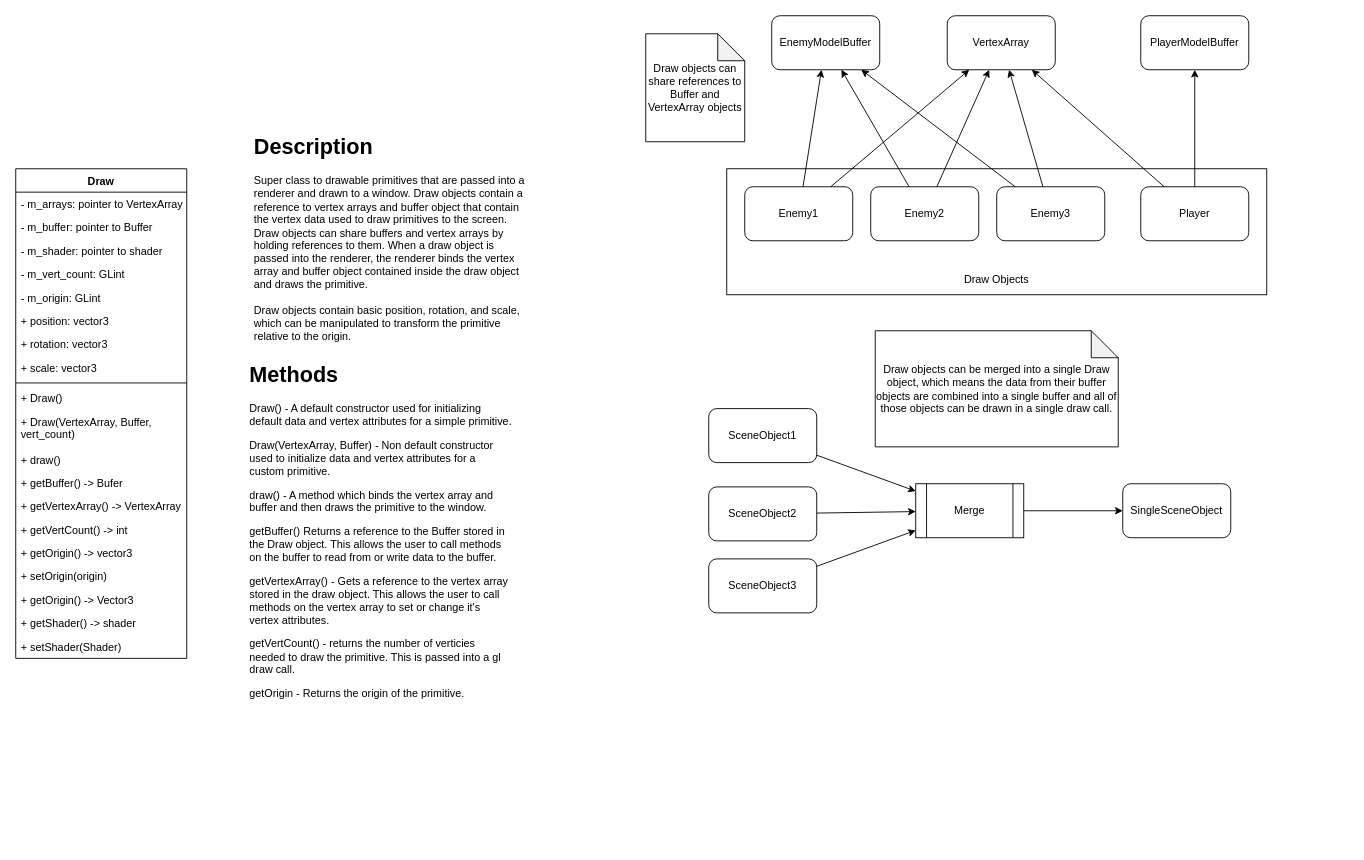
This is docs/Draw.drawio from LowFire/blazer3d, a draw.io file, before an edit. Source tidied: cells renumbered, new cells numbered last; positions are measured from the earlier drawing's top-left corner, leaving out a move shared by most shapes. Both pictures are drawn from the tidied source at 90%, with x=0, y=0 at pixel (15, 15).
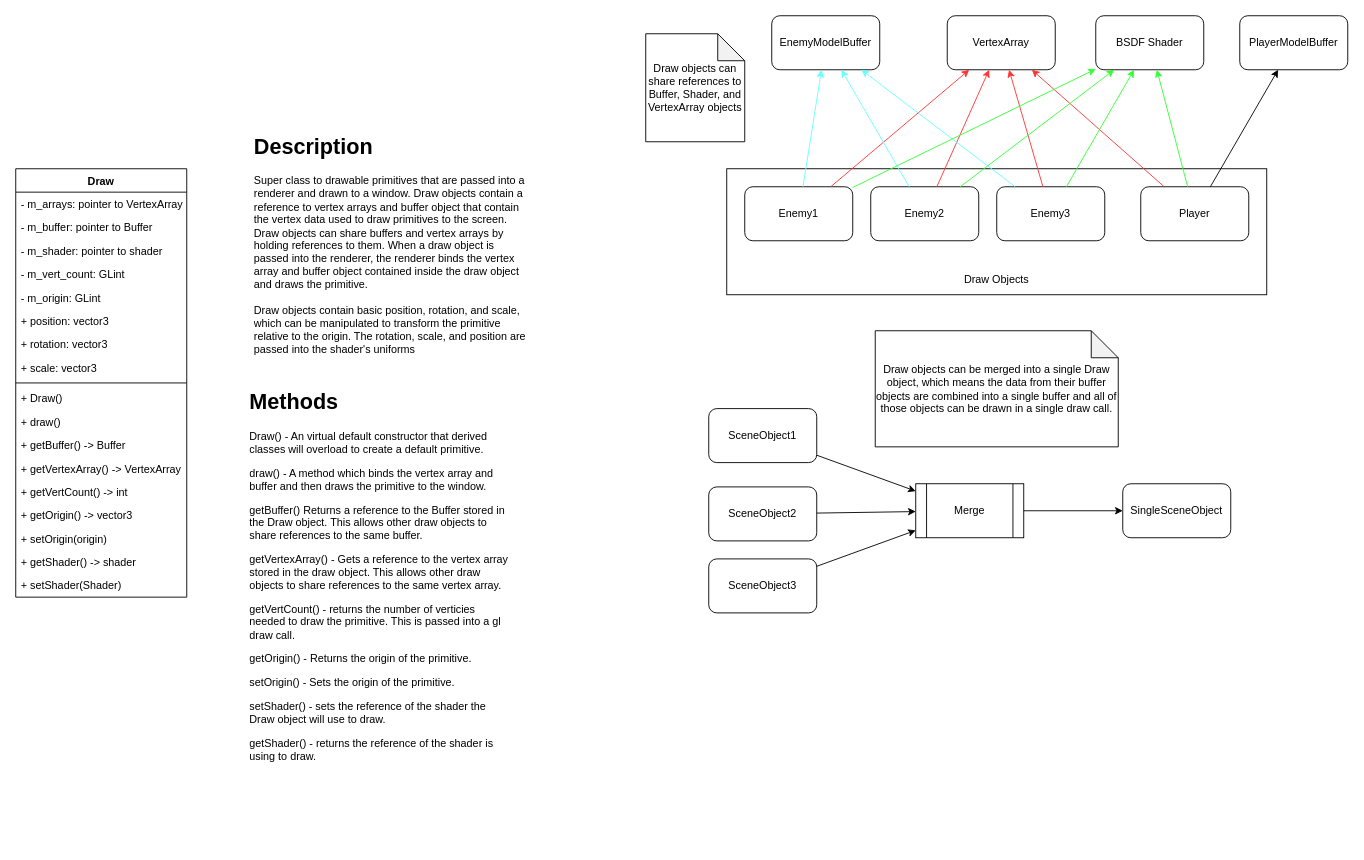
Above is the later version.

Commit message (it also covers changes not shown here):
Refactored draw to be an absract class.

Unchanged cells that the change refers to:
```xml
<mxCell id="26" value="VertexArray" style="rounded=1;whiteSpace=wrap;html=1;" parent="1" vertex="1">
  <mxGeometry x="1035" width="120" height="60" as="geometry" />
</mxCell>
<mxCell id="27" value="EnemyModelBuffer" style="rounded=1;whiteSpace=wrap;html=1;" parent="1" vertex="1">
  <mxGeometry x="840" width="120" height="60" as="geometry" />
</mxCell>
<mxCell id="28" value="Enemy1" style="rounded=1;whiteSpace=wrap;html=1;" parent="1" vertex="1">
  <mxGeometry x="810" y="190" width="120" height="60" as="geometry" />
</mxCell>
<mxCell id="29" value="Enemy2" style="rounded=1;whiteSpace=wrap;html=1;" parent="1" vertex="1">
  <mxGeometry x="950" y="190" width="120" height="60" as="geometry" />
</mxCell>
<mxCell id="30" value="Enemy3" style="rounded=1;whiteSpace=wrap;html=1;" parent="1" vertex="1">
  <mxGeometry x="1090" y="190" width="120" height="60" as="geometry" />
</mxCell>
<mxCell id="37" value="Player" style="rounded=1;whiteSpace=wrap;html=1;" parent="1" vertex="1">
  <mxGeometry x="1250" y="190" width="120" height="60" as="geometry" />
</mxCell>
```

The edit, as a diff of the source:
```diff
@@
     <mxCell id="3" value="Draw" style="swimlane;fontStyle=1;align=center;verticalAlign=top;horizontal=1;startSize=26;" parent="1" vertex="1">
-      <mxGeometry y="170" width="190" height="544" as="geometry" />
+      <mxGeometry y="170" width="190" height="476" as="geometry" />
     </mxCell>
@@
-    <mxCell id="14" value="+ Draw(VertexArray, Buffer,&#10;vert_count)" style="text;strokeColor=none;fillColor=none;align=left;verticalAlign=top;spacingLeft=4;spacingRight=4;overflow=hidden;" parent="3" vertex="1">
-      <mxGeometry y="268" width="190" height="42" as="geometry" />
-    </mxCell>
     <mxCell id="15" value="+ draw()" style="text;strokeColor=none;fillColor=none;align=left;verticalAlign=top;spacingLeft=4;spacingRight=4;overflow=hidden;" parent="3" vertex="1">
-      <mxGeometry y="310" width="190" height="26" as="geometry" />
+      <mxGeometry y="268" width="190" height="26" as="geometry" />
     </mxCell>
-    <mxCell id="16" value="+ getBuffer() -&gt; Bufer" style="text;strokeColor=none;fillColor=none;align=left;verticalAlign=top;spacingLeft=4;spacingRight=4;overflow=hidden;" parent="3" vertex="1">
-      <mxGeometry y="336" width="190" height="26" as="geometry" />
+    <mxCell id="16" value="+ getBuffer() -&gt; Buffer" style="text;strokeColor=none;fillColor=none;align=left;verticalAlign=top;spacingLeft=4;spacingRight=4;overflow=hidden;" parent="3" vertex="1">
+      <mxGeometry y="294" width="190" height="26" as="geometry" />
     </mxCell>
     <mxCell id="17" value="+ getVertexArray() -&gt; VertexArray" style="text;strokeColor=none;fillColor=none;align=left;verticalAlign=top;spacingLeft=4;spacingRight=4;overflow=hidden;" parent="3" vertex="1">
-      <mxGeometry y="362" width="190" height="26" as="geometry" />
+      <mxGeometry y="320" width="190" height="26" as="geometry" />
     </mxCell>
     <mxCell id="18" value="+ getVertCount() -&gt; int" style="text;strokeColor=none;fillColor=none;align=left;verticalAlign=top;spacingLeft=4;spacingRight=4;overflow=hidden;" parent="3" vertex="1">
-      <mxGeometry y="388" width="190" height="26" as="geometry" />
+      <mxGeometry y="346" width="190" height="26" as="geometry" />
     </mxCell>
     <mxCell id="19" value="+ getOrigin() -&gt; vector3" style="text;strokeColor=none;fillColor=none;align=left;verticalAlign=top;spacingLeft=4;spacingRight=4;overflow=hidden;" parent="3" vertex="1">
-      <mxGeometry y="414" width="190" height="26" as="geometry" />
+      <mxGeometry y="372" width="190" height="26" as="geometry" />
     </mxCell>
     <mxCell id="20" value="+ setOrigin(origin)" style="text;strokeColor=none;fillColor=none;align=left;verticalAlign=top;spacingLeft=4;spacingRight=4;overflow=hidden;" parent="3" vertex="1">
-      <mxGeometry y="440" width="190" height="26" as="geometry" />
+      <mxGeometry y="398" width="190" height="26" as="geometry" />
     </mxCell>
-    <mxCell id="21" value="+ getOrigin() -&gt; Vector3" style="text;strokeColor=none;fillColor=none;align=left;verticalAlign=top;spacingLeft=4;spacingRight=4;overflow=hidden;" parent="3" vertex="1">
-      <mxGeometry y="466" width="190" height="26" as="geometry" />
-    </mxCell>
     <mxCell id="22" value="+ getShader() -&gt; shader" style="text;strokeColor=none;fillColor=none;align=left;verticalAlign=top;spacingLeft=4;spacingRight=4;overflow=hidden;" parent="3" vertex="1">
-      <mxGeometry y="492" width="190" height="26" as="geometry" />
+      <mxGeometry y="424" width="190" height="26" as="geometry" />
     </mxCell>
     <mxCell id="23" value="+ setShader(Shader)" style="text;strokeColor=none;fillColor=none;align=left;verticalAlign=top;spacingLeft=4;spacingRight=4;overflow=hidden;" parent="3" vertex="1">
-      <mxGeometry y="518" width="190" height="26" as="geometry" />
+      <mxGeometry y="450" width="190" height="26" as="geometry" />
     </mxCell>
-    <mxCell id="24" value="&lt;h1&gt;Description&lt;/h1&gt;&lt;div&gt;Super class to drawable primitives that are passed into a renderer and drawn to a window. Draw objects contain a reference to vertex arrays and buffer object that contain the vertex data used to draw primitives to the screen. Draw objects can share buffers and vertex arrays by holding references to them. When a draw object is passed into the renderer, the renderer binds the vertex array and buffer object contained inside the draw object and draws the primitive.&lt;/div&gt;&lt;div&gt;&lt;br&gt;&lt;/div&gt;&lt;div&gt;Draw objects contain basic position, rotation, and scale, which can be manipulated to transform the primitive relative to the origin.&lt;/div&gt;" style="text;html=1;strokeColor=none;fillColor=none;spacing=5;spacingTop=-20;whiteSpace=wrap;overflow=hidden;rounded=0;" parent="1" vertex="1">
-      <mxGeometry x="260" y="126" width="310" height="244" as="geometry" />
+    <mxCell id="24" value="&lt;h1&gt;Description&lt;/h1&gt;&lt;div&gt;Super class to drawable primitives that are passed into a renderer and drawn to a window. Draw objects contain a reference to vertex arrays and buffer object that contain the vertex data used to draw primitives to the screen. Draw objects can share buffers and vertex arrays by holding references to them. When a draw object is passed into the renderer, the renderer binds the vertex array and buffer object contained inside the draw object and draws the primitive.&lt;/div&gt;&lt;div&gt;&lt;br&gt;&lt;/div&gt;&lt;div&gt;Draw objects contain basic position, rotation, and scale, which can be manipulated to transform the primitive relative to the origin. The rotation, scale, and position are passed into the shader's uniforms&lt;/div&gt;" style="text;html=1;strokeColor=none;fillColor=none;spacing=5;spacingTop=-20;whiteSpace=wrap;overflow=hidden;rounded=0;" parent="1" vertex="1">
+      <mxGeometry x="260" y="126" width="310" height="254" as="geometry" />
     </mxCell>
-    <mxCell id="25" value="&lt;h1&gt;Methods&lt;/h1&gt;&lt;p&gt;Draw() - A default constructor used for initializing default data and vertex attributes for a simple primitive.&lt;/p&gt;&lt;p&gt;Draw(VertexArray, Buffer) - Non default constructor used to initialize data and vertex attributes for a custom primitive.&lt;/p&gt;&lt;p&gt;draw() - A method which binds the vertex array and buffer and then draws the primitive to the window.&lt;/p&gt;&lt;p&gt;&lt;span&gt;getBuffer() Returns a reference to the Buffer stored in the Draw object. This allows the user to call methods on the buffer to read from or write data to the buffer.&lt;/span&gt;&lt;/p&gt;&lt;p&gt;getVertexArray() - Gets a reference to the vertex array stored in the draw object. This allows the user to call methods on the vertex array to set or change it's vertex attributes.&lt;/p&gt;&lt;p&gt;getVertCount() - returns the number of verticies needed to draw the primitive. This is passed into a gl draw call.&lt;/p&gt;&lt;p&gt;getOrigin - Returns the origin of the primitive.&lt;/p&gt;" style="text;html=1;strokeColor=none;fillColor=none;spacing=5;spacingTop=-20;whiteSpace=wrap;overflow=hidden;rounded=0;" parent="1" vertex="1">
-      <mxGeometry x="255" y="378.5" width="300" height="510" as="geometry" />
+    <mxCell id="25" value="&lt;h1&gt;Methods&lt;/h1&gt;&lt;p&gt;Draw() - An virtual default constructor that derived classes will overload to create a default primitive.&lt;/p&gt;&lt;p&gt;draw() - A method which binds the vertex array and buffer and then draws the primitive to the window.&lt;/p&gt;&lt;p&gt;&lt;span&gt;getBuffer() Returns a reference to the Buffer stored in the Draw object. This allows other draw objects to share references to the same buffer.&lt;/span&gt;&lt;/p&gt;&lt;p&gt;getVertexArray() - Gets a reference to the vertex array stored in the draw object. This allows other draw objects to share references to the same vertex array.&lt;/p&gt;&lt;p&gt;getVertCount() - returns the number of verticies needed to draw the primitive. This is passed into a gl draw call.&lt;/p&gt;&lt;p&gt;getOrigin() - Returns the origin of the primitive.&lt;/p&gt;&lt;p&gt;setOrigin() - Sets the origin of the primitive.&lt;/p&gt;&lt;p&gt;setShader() - sets the reference of the shader the Draw object will use to draw.&lt;/p&gt;&lt;p&gt;getShader() - returns the reference of the shader is using to draw.&lt;/p&gt;" style="text;html=1;strokeColor=none;fillColor=none;spacing=5;spacingTop=-20;whiteSpace=wrap;overflow=hidden;rounded=0;" parent="1" vertex="1">
+      <mxGeometry x="255" y="410" width="300" height="510" as="geometry" />
     </mxCell>
@@
-    <mxCell id="31" style="endArrow=classic;html=1;" parent="1" edge="1" source="28" target="26">
+    <mxCell id="31" style="endArrow=classic;html=1;strokeColor=#FF3333;" parent="1" edge="1" source="28" target="26">
       <mxGeometry relative="1" as="geometry" />
     </mxCell>
-    <mxCell id="32" style="endArrow=classic;html=1;" parent="1" edge="1" source="29" target="26">
+    <mxCell id="32" style="endArrow=classic;html=1;strokeColor=#FF3333;" parent="1" edge="1" source="29" target="26">
       <mxGeometry relative="1" as="geometry" />
     </mxCell>
-    <mxCell id="33" style="endArrow=classic;html=1;" parent="1" edge="1" source="30" target="26">
+    <mxCell id="33" style="endArrow=classic;html=1;strokeColor=#FF3333;" parent="1" edge="1" source="30" target="26">
       <mxGeometry relative="1" as="geometry" />
     </mxCell>
-    <mxCell id="34" style="endArrow=classic;html=1;" parent="1" edge="1" source="28" target="27">
+    <mxCell id="34" style="endArrow=classic;html=1;strokeColor=#66FFFF;" parent="1" edge="1" source="28" target="27">
       <mxGeometry relative="1" as="geometry" />
     </mxCell>
-    <mxCell id="35" style="endArrow=classic;html=1;" parent="1" edge="1" source="29" target="27">
+    <mxCell id="35" style="endArrow=classic;html=1;strokeColor=#66FFFF;" parent="1" edge="1" source="29" target="27">
       <mxGeometry relative="1" as="geometry" />
     </mxCell>
-    <mxCell id="36" style="endArrow=classic;html=1;" parent="1" edge="1" source="30" target="27">
+    <mxCell id="36" style="endArrow=classic;html=1;strokeColor=#66FFFF;" parent="1" edge="1" source="30" target="27">
       <mxGeometry relative="1" as="geometry" />
     </mxCell>
@@
     <mxCell id="38" value="PlayerModelBuffer" style="rounded=1;whiteSpace=wrap;html=1;" parent="1" vertex="1">
-      <mxGeometry x="1250" width="120" height="60" as="geometry" />
+      <mxGeometry x="1360" width="120" height="60" as="geometry" />
     </mxCell>
-    <mxCell id="39" style="endArrow=classic;html=1;" parent="1" edge="1" source="37" target="26">
+    <mxCell id="39" style="endArrow=classic;html=1;strokeColor=#FF3333;" parent="1" edge="1" source="37" target="26">
       <mxGeometry relative="1" as="geometry" />
     </mxCell>
@@
-    <mxCell id="42" value="Draw objects can share references to Buffer and VertexArray objects" style="shape=note;whiteSpace=wrap;html=1;backgroundOutline=1;darkOpacity=0.05;" parent="1" vertex="1">
+    <mxCell id="42" value="Draw objects can share references to Buffer, Shader, and VertexArray objects" style="shape=note;whiteSpace=wrap;html=1;backgroundOutline=1;darkOpacity=0.05;" parent="1" vertex="1">
       <mxGeometry x="700" y="20" width="110" height="120" as="geometry" />
     </mxCell>
@@
+    <mxCell id="53" value="BSDF Shader" style="rounded=1;whiteSpace=wrap;html=1;" parent="1" vertex="1">
+      <mxGeometry x="1200" width="120" height="60" as="geometry" />
+    </mxCell>
+    <mxCell id="54" style="endArrow=classic;html=1;strokeColor=#33FF33;" parent="1" edge="1" source="37" target="53">
+      <mxGeometry relative="1" as="geometry" />
+    </mxCell>
+    <mxCell id="55" style="endArrow=classic;html=1;strokeColor=#33FF33;" parent="1" edge="1" source="30" target="53">
+      <mxGeometry relative="1" as="geometry" />
+    </mxCell>
+    <mxCell id="56" style="endArrow=classic;html=1;strokeColor=#33FF33;" parent="1" edge="1" source="29" target="53">
+      <mxGeometry relative="1" as="geometry" />
+    </mxCell>
+    <mxCell id="57" style="endArrow=classic;html=1;strokeColor=#33FF33;" parent="1" edge="1" source="28" target="53">
+      <mxGeometry relative="1" as="geometry" />
+    </mxCell>
```
